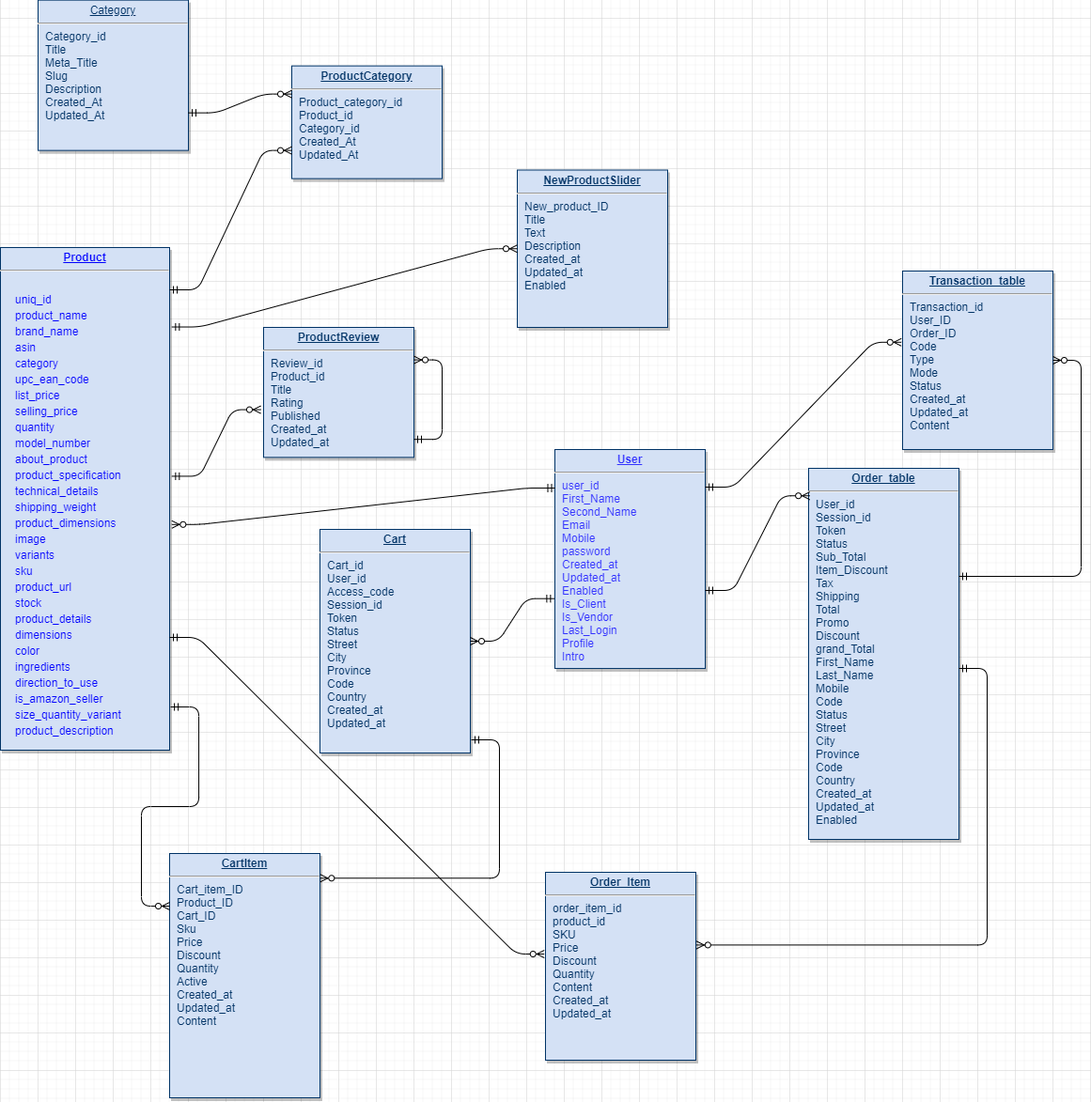
Before: diagrams/ASPA-ER-diagram.png, a diagram exported from draw.io (adialkozha/aspa.api). Source tidied: cells renumbered, new cells last; positions are measured from the earlier drawing's top-left corner, leaving out a move shared by most shapes.
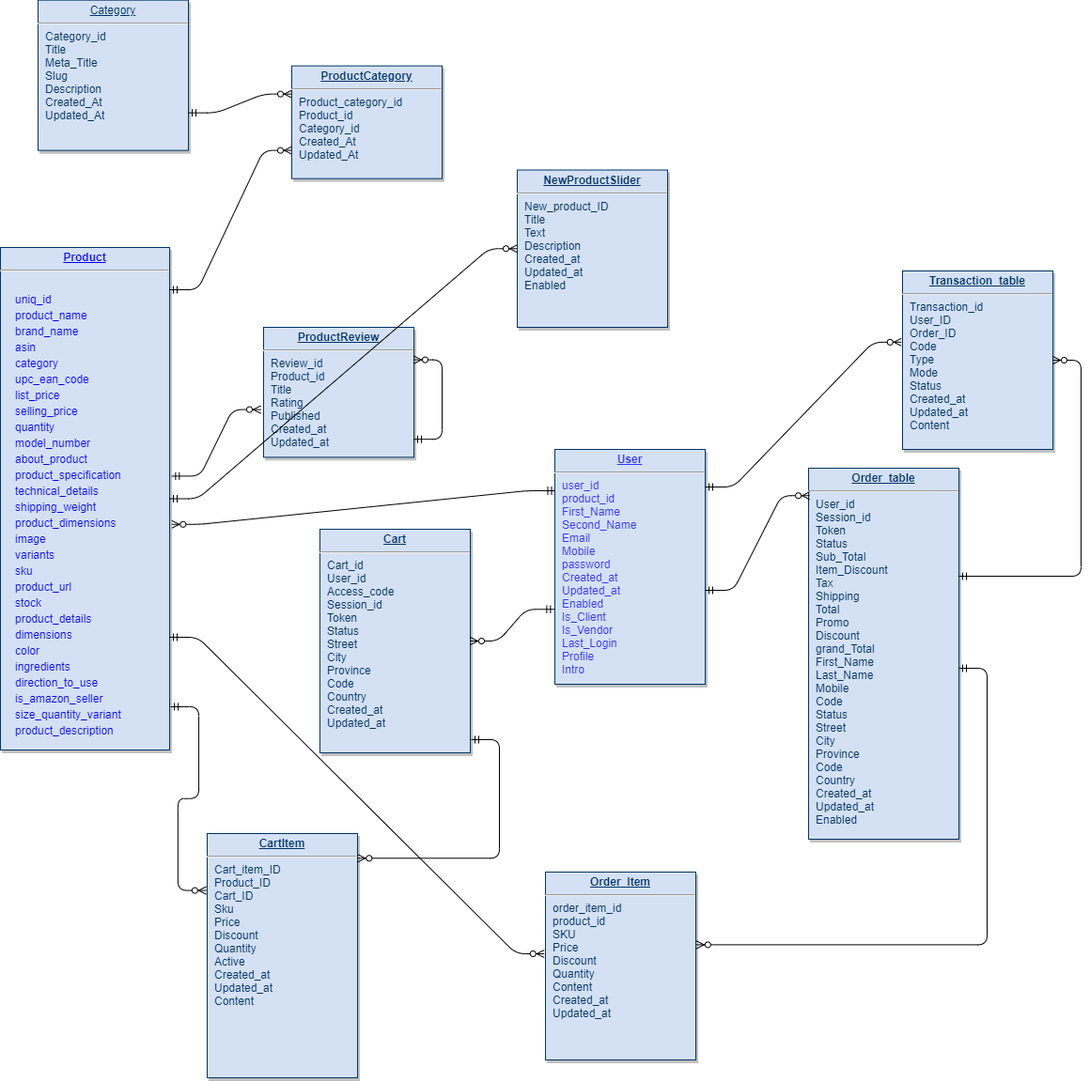
Later version of the same file.

Change to the diagram source:
```diff
@@ -12,13 +12,13 @@
       <mxGeometry y="263" width="180" height="535" as="geometry" />
     </mxCell>
     <mxCell id="5" value="&lt;p style=&quot;margin: 0px ; margin-top: 4px ; text-align: center ; text-decoration: underline&quot;&gt;&lt;b&gt;CartItem&lt;/b&gt;&lt;/p&gt;&lt;hr&gt;&lt;p style=&quot;margin: 0px ; margin-left: 8px&quot;&gt;Cart_item_ID&lt;/p&gt;&lt;p style=&quot;margin: 0px ; margin-left: 8px&quot;&gt;&lt;span&gt;Product_ID&lt;/span&gt;&lt;br&gt;&lt;/p&gt;&lt;p style=&quot;margin: 0px ; margin-left: 8px&quot;&gt;&lt;span&gt;Cart_ID&lt;/span&gt;&lt;/p&gt;&lt;p style=&quot;margin: 0px ; margin-left: 8px&quot;&gt;Sku&lt;/p&gt;&lt;p style=&quot;margin: 0px ; margin-left: 8px&quot;&gt;Price&lt;/p&gt;&lt;p style=&quot;margin: 0px ; margin-left: 8px&quot;&gt;Discount&lt;/p&gt;&lt;p style=&quot;margin: 0px ; margin-left: 8px&quot;&gt;Quantity&lt;/p&gt;&lt;p style=&quot;margin: 0px ; margin-left: 8px&quot;&gt;Active&lt;/p&gt;&lt;p style=&quot;margin: 0px ; margin-left: 8px&quot;&gt;Created_at&lt;/p&gt;&lt;p style=&quot;margin: 0px ; margin-left: 8px&quot;&gt;Updated_at&lt;/p&gt;&lt;p style=&quot;margin: 0px ; margin-left: 8px&quot;&gt;Content&lt;/p&gt;" style="verticalAlign=top;align=left;overflow=fill;fontSize=12;fontFamily=Helvetica;html=1;strokeColor=#003366;shadow=1;fillColor=#D4E1F5;fontColor=#003366;" parent="1" vertex="1">
-      <mxGeometry x="180" y="908" width="160" height="260" as="geometry" />
+      <mxGeometry x="220" y="887" width="160" height="260" as="geometry" />
     </mxCell>
     <mxCell id="6" value="&lt;p style=&quot;margin: 0px ; margin-top: 4px ; text-align: center ; text-decoration: underline&quot;&gt;&lt;b&gt;ProductReview&lt;/b&gt;&lt;/p&gt;&lt;hr&gt;&lt;p style=&quot;margin: 0px ; margin-left: 8px&quot;&gt;Review_id&lt;/p&gt;&lt;p style=&quot;margin: 0px ; margin-left: 8px&quot;&gt;Product_id&lt;/p&gt;&lt;p style=&quot;margin: 0px ; margin-left: 8px&quot;&gt;Title&lt;/p&gt;&lt;p style=&quot;margin: 0px ; margin-left: 8px&quot;&gt;Rating&lt;/p&gt;&lt;p style=&quot;margin: 0px ; margin-left: 8px&quot;&gt;Published&lt;/p&gt;&lt;p style=&quot;margin: 0px ; margin-left: 8px&quot;&gt;Created_at&lt;/p&gt;&lt;p style=&quot;margin: 0px ; margin-left: 8px&quot;&gt;Updated_at&lt;/p&gt;&lt;p style=&quot;margin: 0px ; margin-left: 8px&quot;&gt;&lt;br&gt;&lt;/p&gt;" style="verticalAlign=top;align=left;overflow=fill;fontSize=12;fontFamily=Helvetica;html=1;strokeColor=#003366;shadow=1;fillColor=#D4E1F5;fontColor=#003366;" parent="1" vertex="1">
       <mxGeometry x="280" y="348" width="160" height="138.4" as="geometry" />
     </mxCell>
-    <mxCell id="7" value="&lt;p style=&quot;margin: 0px ; margin-top: 4px ; text-align: center ; text-decoration: underline&quot;&gt;&lt;font color=&quot;#3333ff&quot;&gt;&lt;b&gt;User&lt;/b&gt;&lt;/font&gt;&lt;/p&gt;&lt;hr&gt;&lt;p style=&quot;margin: 0px ; margin-left: 8px&quot;&gt;&lt;font color=&quot;#3333ff&quot;&gt;user_id&lt;/font&gt;&lt;/p&gt;&lt;p style=&quot;margin: 0px ; margin-left: 8px&quot;&gt;&lt;font color=&quot;#3333ff&quot;&gt;First_Name&lt;/font&gt;&lt;/p&gt;&lt;p style=&quot;margin: 0px ; margin-left: 8px&quot;&gt;&lt;font color=&quot;#3333ff&quot;&gt;Second_Name&lt;/font&gt;&lt;/p&gt;&lt;p style=&quot;margin: 0px ; margin-left: 8px&quot;&gt;&lt;font color=&quot;#3333ff&quot;&gt;Email&lt;/font&gt;&lt;/p&gt;&lt;p style=&quot;margin: 0px ; margin-left: 8px&quot;&gt;&lt;font color=&quot;#3333ff&quot;&gt;Mobile&lt;/font&gt;&lt;/p&gt;&lt;p style=&quot;margin: 0px ; margin-left: 8px&quot;&gt;&lt;font color=&quot;#3333ff&quot;&gt;password&lt;/font&gt;&lt;/p&gt;&lt;p style=&quot;margin: 0px ; margin-left: 8px&quot;&gt;&lt;font color=&quot;#3333ff&quot;&gt;Created_at&lt;/font&gt;&lt;/p&gt;&lt;p style=&quot;margin: 0px ; margin-left: 8px&quot;&gt;&lt;font color=&quot;#3333ff&quot;&gt;Updated_at&lt;/font&gt;&lt;/p&gt;&lt;p style=&quot;margin: 0px ; margin-left: 8px&quot;&gt;&lt;font color=&quot;#3333ff&quot;&gt;Enabled&lt;/font&gt;&lt;/p&gt;&lt;p style=&quot;margin: 0px ; margin-left: 8px&quot;&gt;&lt;font color=&quot;#3333ff&quot;&gt;Is_Client&lt;/font&gt;&lt;/p&gt;&lt;p style=&quot;margin: 0px ; margin-left: 8px&quot;&gt;&lt;font color=&quot;#3333ff&quot;&gt;Is_Vendor&lt;/font&gt;&lt;/p&gt;&lt;p style=&quot;margin: 0px ; margin-left: 8px&quot;&gt;&lt;font color=&quot;#3333ff&quot;&gt;Last_Login&lt;/font&gt;&lt;/p&gt;&lt;p style=&quot;margin: 0px ; margin-left: 8px&quot;&gt;&lt;font color=&quot;#3333ff&quot;&gt;Profile&lt;/font&gt;&lt;/p&gt;&lt;p style=&quot;margin: 0px ; margin-left: 8px&quot;&gt;&lt;font color=&quot;#3333ff&quot;&gt;Intro&lt;/font&gt;&lt;/p&gt;" style="verticalAlign=top;align=left;overflow=fill;fontSize=12;fontFamily=Helvetica;html=1;strokeColor=#003366;shadow=1;fillColor=#D4E1F5;fontColor=#003366;" parent="1" vertex="1">
-      <mxGeometry x="590" y="478" width="160" height="233" as="geometry" />
+    <mxCell id="7" value="&lt;p style=&quot;margin: 0px ; margin-top: 4px ; text-align: center ; text-decoration: underline&quot;&gt;&lt;font color=&quot;#3333ff&quot;&gt;&lt;b&gt;User&lt;/b&gt;&lt;/font&gt;&lt;/p&gt;&lt;hr&gt;&lt;p style=&quot;margin: 0px ; margin-left: 8px&quot;&gt;&lt;font color=&quot;#3333ff&quot;&gt;user_id&lt;/font&gt;&lt;/p&gt;&lt;p style=&quot;margin: 0px ; margin-left: 8px&quot;&gt;&lt;font color=&quot;#3333ff&quot;&gt;product_id&lt;/font&gt;&lt;/p&gt;&lt;p style=&quot;margin: 0px ; margin-left: 8px&quot;&gt;&lt;font color=&quot;#3333ff&quot;&gt;First_Name&lt;/font&gt;&lt;/p&gt;&lt;p style=&quot;margin: 0px ; margin-left: 8px&quot;&gt;&lt;font color=&quot;#3333ff&quot;&gt;Second_Name&lt;/font&gt;&lt;/p&gt;&lt;p style=&quot;margin: 0px ; margin-left: 8px&quot;&gt;&lt;font color=&quot;#3333ff&quot;&gt;Email&lt;/font&gt;&lt;/p&gt;&lt;p style=&quot;margin: 0px ; margin-left: 8px&quot;&gt;&lt;font color=&quot;#3333ff&quot;&gt;Mobile&lt;/font&gt;&lt;/p&gt;&lt;p style=&quot;margin: 0px ; margin-left: 8px&quot;&gt;&lt;font color=&quot;#3333ff&quot;&gt;password&lt;/font&gt;&lt;/p&gt;&lt;p style=&quot;margin: 0px ; margin-left: 8px&quot;&gt;&lt;font color=&quot;#3333ff&quot;&gt;Created_at&lt;/font&gt;&lt;/p&gt;&lt;p style=&quot;margin: 0px ; margin-left: 8px&quot;&gt;&lt;font color=&quot;#3333ff&quot;&gt;Updated_at&lt;/font&gt;&lt;/p&gt;&lt;p style=&quot;margin: 0px ; margin-left: 8px&quot;&gt;&lt;font color=&quot;#3333ff&quot;&gt;Enabled&lt;/font&gt;&lt;/p&gt;&lt;p style=&quot;margin: 0px ; margin-left: 8px&quot;&gt;&lt;font color=&quot;#3333ff&quot;&gt;Is_Client&lt;/font&gt;&lt;/p&gt;&lt;p style=&quot;margin: 0px ; margin-left: 8px&quot;&gt;&lt;font color=&quot;#3333ff&quot;&gt;Is_Vendor&lt;/font&gt;&lt;/p&gt;&lt;p style=&quot;margin: 0px ; margin-left: 8px&quot;&gt;&lt;font color=&quot;#3333ff&quot;&gt;Last_Login&lt;/font&gt;&lt;/p&gt;&lt;p style=&quot;margin: 0px ; margin-left: 8px&quot;&gt;&lt;font color=&quot;#3333ff&quot;&gt;Profile&lt;/font&gt;&lt;/p&gt;&lt;p style=&quot;margin: 0px ; margin-left: 8px&quot;&gt;&lt;font color=&quot;#3333ff&quot;&gt;Intro&lt;/font&gt;&lt;/p&gt;" style="verticalAlign=top;align=left;overflow=fill;fontSize=12;fontFamily=Helvetica;html=1;strokeColor=#003366;shadow=1;fillColor=#D4E1F5;fontColor=#003366;" parent="1" vertex="1">
+      <mxGeometry x="590" y="478" width="160" height="250" as="geometry" />
     </mxCell>
     <mxCell id="8" value="&lt;p style=&quot;margin: 0px ; margin-top: 4px ; text-align: center ; text-decoration: underline&quot;&gt;Category&lt;/p&gt;&lt;hr&gt;&lt;p style=&quot;margin: 0px ; margin-left: 8px&quot;&gt;Category_id&lt;/p&gt;&lt;p style=&quot;margin: 0px ; margin-left: 8px&quot;&gt;Title&lt;/p&gt;&lt;p style=&quot;margin: 0px ; margin-left: 8px&quot;&gt;Meta_Title&lt;/p&gt;&lt;p style=&quot;margin: 0px ; margin-left: 8px&quot;&gt;Slug&lt;/p&gt;&lt;p style=&quot;margin: 0px ; margin-left: 8px&quot;&gt;Description&lt;/p&gt;&lt;p style=&quot;margin: 0px ; margin-left: 8px&quot;&gt;Created_At&lt;/p&gt;&lt;p style=&quot;margin: 0px ; margin-left: 8px&quot;&gt;Updated_At&lt;/p&gt;" style="verticalAlign=top;align=left;overflow=fill;fontSize=12;fontFamily=Helvetica;html=1;strokeColor=#003366;shadow=1;fillColor=#D4E1F5;fontColor=#003366;" parent="1" vertex="1">
       <mxGeometry x="40" y="-0.4" width="160" height="160" as="geometry" />
@@ -72,10 +72,8 @@
         <mxPoint x="1020" y="613" as="sourcePoint" />
       </mxGeometry>
     </mxCell>
-    <mxCell id="22" style="edgeStyle=entityRelationEdgeStyle;fontSize=12;html=1;endArrow=ERzeroToMany;startArrow=ERmandOne;exitX=1.006;exitY=0.914;exitDx=0;exitDy=0;exitPerimeter=0;" parent="1" edge="1" source="4">
-      <mxGeometry relative="1" as="geometry">
-        <mxPoint x="180" y="964" as="targetPoint" />
-      </mxGeometry>
+    <mxCell id="22" style="edgeStyle=entityRelationEdgeStyle;fontSize=12;html=1;endArrow=ERzeroToMany;startArrow=ERmandOne;exitX=1.006;exitY=0.914;exitDx=0;exitDy=0;exitPerimeter=0;entryX=-0.007;entryY=0.233;entryDx=0;entryDy=0;entryPerimeter=0;" parent="1" edge="1" source="4" target="5">
+      <mxGeometry relative="1" as="geometry" />
     </mxCell>
     <mxCell id="23" style="edgeStyle=entityRelationEdgeStyle;fontSize=12;html=1;endArrow=ERzeroToMany;startArrow=ERmandOne;entryX=1.002;entryY=0.101;entryDx=0;entryDy=0;entryPerimeter=0;" parent="1" edge="1" target="5">
       <mxGeometry relative="1" as="geometry">
```
